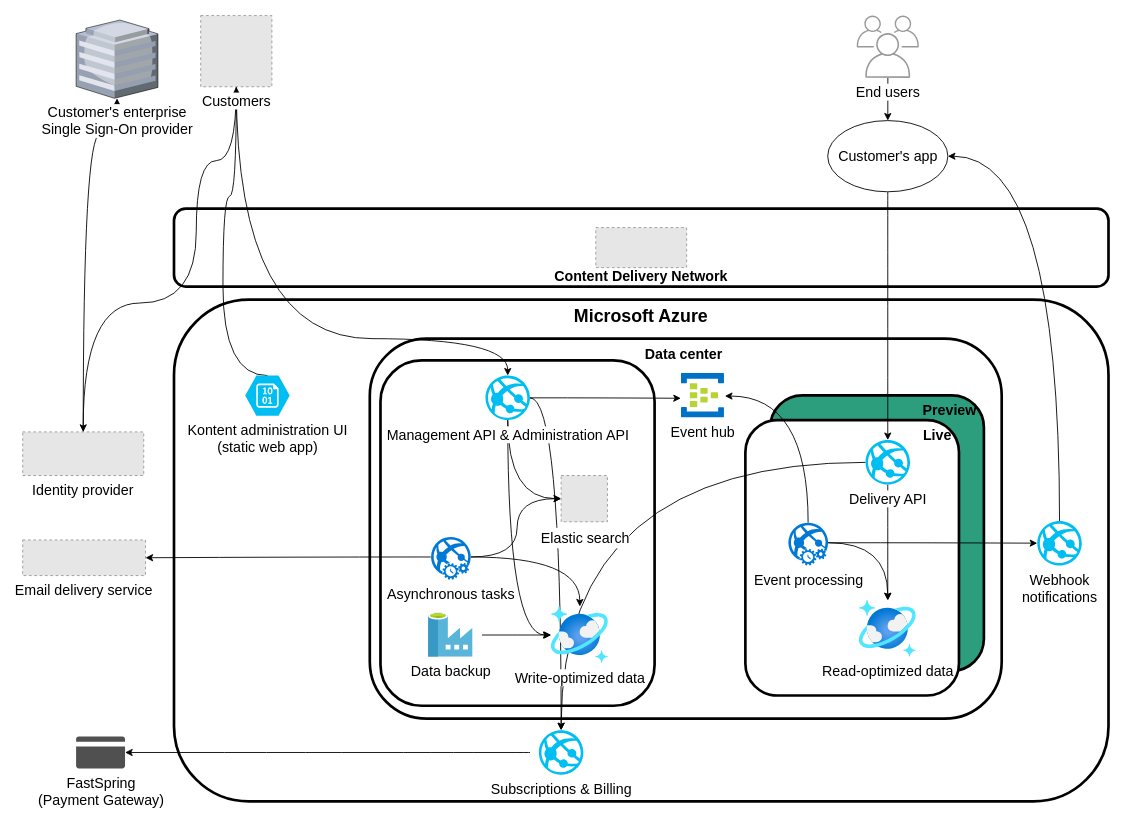
Earlier version of the draw.io diagram architecture/kontent architecture lite.drawio (Kontent-ai-Learn/kontent-ai-learn-diagrams). Source tidied: cells renumbered, new cells numbered last; positions are measured from the earlier drawing's top-left corner, leaving out a move shared by most shapes. Both pictures are drawn from the tidied source at 89%, with x=0, y=0 at pixel (22, 15). Pictures stored in the file or linked from it are replaced by grey dashed boxes.
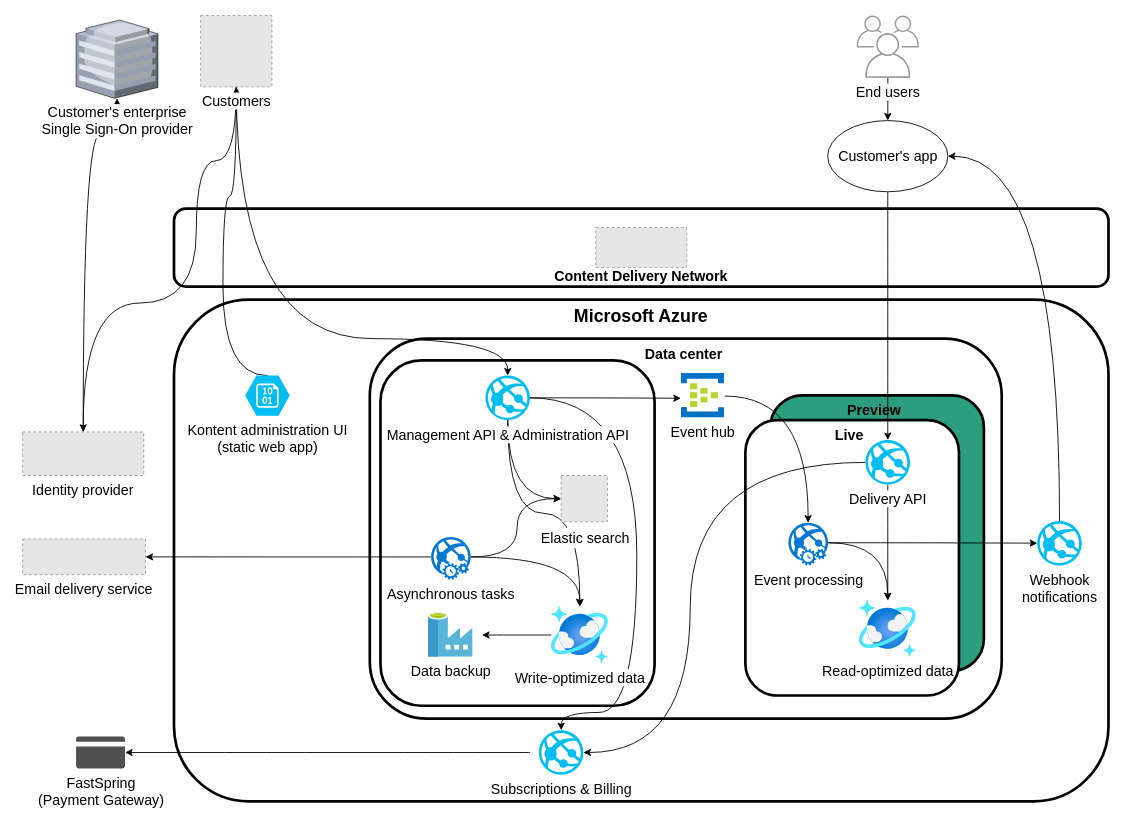
After the change.

Commit message (it also covers changes not shown here):
CTC-1491 Adjust architecture diagrams

The change refers to these unchanged cells:
```xml
<mxCell id="11" value="&lt;div&gt;Event hub&lt;/div&gt;" style="html=1;perimeter=none;align=center;shadow=0;dashed=0;image;fontSize=16;image=img/lib/mscae/Event_Hubs.svg;fontFamily=GT Walsheim;" parent="1" vertex="1">
  <mxGeometry x="740" y="402" width="48.5" height="50" as="geometry" />
</mxCell>
<mxCell id="18" value="&lt;font style=&quot;font-size: 16px&quot;&gt;Delivery API&lt;/font&gt;" style="verticalLabelPosition=bottom;html=1;verticalAlign=top;align=center;strokeColor=none;fillColor=#00BEF2;shape=mxgraph.azure.azure_website;fontFamily=GT Walsheim;labelBackgroundColor=default;" parent="1" vertex="1">
  <mxGeometry x="947" y="477" width="50" height="50" as="geometry" />
</mxCell>
<mxCell id="21" value="&lt;font style=&quot;font-size: 16px&quot;&gt;Event processing&lt;br&gt;&lt;/font&gt;" style="shadow=0;dashed=0;html=1;strokeColor=none;labelPosition=center;verticalLabelPosition=bottom;verticalAlign=top;align=center;shape=mxgraph.mscae.cloud.webjobs;fillColor=#0079D6;fontFamily=GT Walsheim;" parent="1" vertex="1">
  <mxGeometry x="857.5" y="568.8" width="50" height="49" as="geometry" />
</mxCell>
<mxCell id="29" value="&lt;font style=&quot;font-size: 16px&quot;&gt;Data backup&lt;/font&gt;" style="html=1;points=[];align=center;image;fontSize=12;image=img/lib/mscae/Data_Factory.svg;fontFamily=GT Walsheim;" parent="1" vertex="1">
  <mxGeometry x="456" y="671" width="50" height="50" as="geometry" />
</mxCell>
<mxCell id="33" value="&lt;font style=&quot;font-size: 16px&quot;&gt;Asynchronous tasks&lt;br&gt;&lt;/font&gt;" style="shadow=0;dashed=0;html=1;strokeColor=none;labelPosition=center;verticalLabelPosition=bottom;verticalAlign=top;align=center;shape=mxgraph.mscae.cloud.webjobs;fillColor=#0079D6;fontFamily=GT Walsheim;" parent="1" vertex="1">
  <mxGeometry x="456" y="584.8" width="50" height="49" as="geometry" />
</mxCell>
<mxCell id="41" value="Customer's app" style="ellipse;whiteSpace=wrap;html=1;fillColor=#ffffff;fontSize=16;fontFamily=GT Walsheim;" parent="1" vertex="1">
  <mxGeometry x="904.5" y="118" width="135" height="80" as="geometry" />
</mxCell>
<mxCell id="43" value="&lt;font style=&quot;font-size: 16px&quot;&gt;Write-optimized data&lt;br&gt;&lt;/font&gt;" style="html=1;points=[];align=center;image;fontSize=12;image=img/lib/azure2/databases/Azure_Cosmos_DB.svg;fillColor=#ffffff;fontFamily=GT Walsheim;labelBackgroundColor=default;" parent="1" vertex="1">
  <mxGeometry x="594" y="664" width="64" height="64" as="geometry" />
</mxCell>
<mxCell id="45" value="&lt;font style=&quot;font-size: 16px&quot;&gt;Subscriptions &amp;amp; Billing&lt;br&gt;&lt;/font&gt;" style="verticalLabelPosition=bottom;html=1;verticalAlign=top;align=center;strokeColor=none;fillColor=#00BEF2;shape=mxgraph.azure.azure_website;fontFamily=GT Walsheim;" parent="1" vertex="1">
  <mxGeometry x="580" y="803" width="50" height="50" as="geometry" />
</mxCell>
<mxCell id="46" value="&lt;div style=&quot;font-size: 16px&quot;&gt;&lt;font style=&quot;font-size: 16px&quot;&gt;FastSpring&lt;br&gt;&lt;/font&gt;&lt;/div&gt;&lt;div style=&quot;font-size: 16px&quot;&gt;&lt;font style=&quot;font-size: 16px&quot;&gt;(Payment Gateway)&lt;br&gt;&lt;/font&gt;&lt;/div&gt;&lt;div style=&quot;font-size: 16px&quot;&gt;&lt;/div&gt;" style="shadow=0;dashed=0;html=1;strokeColor=none;fillColor=#505050;labelPosition=center;verticalLabelPosition=bottom;verticalAlign=top;outlineConnect=0;align=center;shape=mxgraph.office.concepts.credit_card;fontFamily=GT Walsheim;" parent="1" vertex="1">
  <mxGeometry x="60" y="810" width="55" height="36" as="geometry" />
</mxCell>
<mxCell id="47" value="Management API &amp;amp; Administration API" style="verticalLabelPosition=bottom;html=1;verticalAlign=top;align=center;strokeColor=none;fillColor=#00BEF2;shape=mxgraph.azure.azure_website;fontSize=16;perimeterSpacing=0;fontFamily=GT Walsheim;labelBackgroundColor=default;" parent="1" vertex="1">
  <mxGeometry x="520" y="404.5" width="50" height="50" as="geometry" />
</mxCell>
```

Diff of the diagram source:
```diff
@@
-    <mxCell id="6" value="Preview" style="rounded=1;whiteSpace=wrap;html=1;fontSize=16;verticalAlign=top;align=right;spacingRight=6;fillColor=#2C9E7E;strokeWidth=3;fontFamily=GT Walsheim;fontColor=#000000;fontStyle=1;" parent="1" vertex="1">
+    <mxCell id="6" value="Preview" style="rounded=1;whiteSpace=wrap;html=1;fontSize=16;verticalAlign=top;align=center;spacingRight=6;fillColor=#2C9E7E;strokeWidth=3;fontFamily=GT Walsheim;fontColor=#000000;fontStyle=1;labelBackgroundColor=none;" parent="1" vertex="1">
       <mxGeometry x="840" y="426.8" width="240" height="309.5" as="geometry" />
     </mxCell>
-    <mxCell id="7" value="Live" style="rounded=1;whiteSpace=wrap;html=1;fillColor=#ffffff;fontSize=16;verticalAlign=top;align=right;spacingRight=6;strokeWidth=3;fontFamily=GT Walsheim;fontStyle=1;" parent="1" vertex="1">
+    <mxCell id="7" value="Live" style="rounded=1;whiteSpace=wrap;html=1;fillColor=#ffffff;fontSize=16;verticalAlign=top;align=center;spacingRight=6;strokeWidth=3;fontFamily=GT Walsheim;fontStyle=1;" parent="1" vertex="1">
       <mxGeometry x="812" y="454.5" width="240" height="309.5" as="geometry" />
     </mxCell>
@@
-    <mxCell id="10" style="edgeStyle=orthogonalEdgeStyle;curved=1;rounded=0;jettySize=auto;html=1;entryX=1.01;entryY=0.51;entryDx=0;entryDy=0;entryPerimeter=0;fontSize=16;exitX=0.5;exitY=0.02;exitDx=0;exitDy=0;exitPerimeter=0;fontFamily=GT Walsheim;" parent="1" edge="1" source="21" target="11">
+    <mxCell id="10" style="edgeStyle=orthogonalEdgeStyle;curved=1;rounded=0;jettySize=auto;html=1;entryX=1.01;entryY=0.51;entryDx=0;entryDy=0;entryPerimeter=0;fontSize=16;exitX=0.5;exitY=0.02;exitDx=0;exitDy=0;exitPerimeter=0;fontFamily=GT Walsheim;startArrow=classic;startFill=1;endArrow=none;endFill=0;" parent="1" edge="1" source="21" target="11">
       <mxGeometry relative="1" as="geometry" />
     </mxCell>
@@
-    <mxCell id="14" style="edgeStyle=orthogonalEdgeStyle;curved=1;rounded=0;jettySize=auto;html=1;exitX=0.5;exitY=1;exitDx=0;exitDy=0;exitPerimeter=0;entryX=-0.016;entryY=0.5;entryDx=0;entryDy=0;entryPerimeter=0;fontFamily=GT Walsheim;" parent="1" edge="1" source="47" target="43">
+    <mxCell id="14" style="edgeStyle=orthogonalEdgeStyle;curved=1;rounded=0;jettySize=auto;html=1;exitX=0.5;exitY=1;exitDx=0;exitDy=0;exitPerimeter=0;fontFamily=GT Walsheim;" parent="1" edge="1" source="47" target="43">
       <mxGeometry relative="1" as="geometry" />
     </mxCell>
     <mxCell id="15" style="edgeStyle=orthogonalEdgeStyle;curved=1;rounded=0;jettySize=auto;html=1;entryX=0.5;entryY=0;entryDx=0;entryDy=0;entryPerimeter=0;fontFamily=GT Walsheim;" parent="1" edge="1" source="47" target="45">
-      <mxGeometry relative="1" as="geometry" />
+      <mxGeometry relative="1" as="geometry">
+        <Array as="points">
+          <mxPoint x="690" y="430" />
+          <mxPoint x="690" y="783" />
+          <mxPoint x="605" y="783" />
+        </Array>
+      </mxGeometry>
     </mxCell>
@@
-    <mxCell id="17" style="edgeStyle=orthogonalEdgeStyle;curved=1;rounded=0;jettySize=auto;html=1;startSize=9;sourcePerimeterSpacing=10;exitX=0;exitY=0.5;exitDx=0;exitDy=0;exitPerimeter=0;entryX=0.5;entryY=0;entryDx=0;entryDy=0;entryPerimeter=0;fontFamily=GT Walsheim;" parent="1" edge="1" source="18" target="45">
-      <mxGeometry relative="1" as="geometry" />
+    <mxCell id="17" style="edgeStyle=orthogonalEdgeStyle;curved=1;rounded=0;jettySize=auto;html=1;startSize=9;sourcePerimeterSpacing=10;exitX=0;exitY=0.5;exitDx=0;exitDy=0;exitPerimeter=0;entryX=1;entryY=0.5;entryDx=0;entryDy=0;entryPerimeter=0;fontFamily=GT Walsheim;" parent="1" edge="1" source="18" target="45">
+      <mxGeometry relative="1" as="geometry">
+        <Array as="points">
+          <mxPoint x="750" y="502" />
+          <mxPoint x="750" y="828" />
+        </Array>
+      </mxGeometry>
     </mxCell>
@@
     <mxCell id="26" value="Email delivery service" style="fillColor=#E6E6E6;strokeColor=#999999;dashed=1;verticalLabelPosition=bottom;labelBackgroundColor=#ffffff;verticalAlign=top;fontSize=16;fontFamily=GT Walsheim;" parent="1" vertex="1">
-      <mxGeometry y="589.2" width="138" height="40" as="geometry" />
+      <mxGeometry y="588.2" width="138" height="40" as="geometry" />
     </mxCell>
@@
-    <mxCell id="28" style="edgeStyle=orthogonalEdgeStyle;curved=1;rounded=0;jettySize=auto;html=1;startSize=9;sourcePerimeterSpacing=10;fontFamily=GT Walsheim;" parent="1" edge="1" source="29" target="43">
+    <mxCell id="28" style="edgeStyle=orthogonalEdgeStyle;curved=1;rounded=0;jettySize=auto;html=1;startSize=6;sourcePerimeterSpacing=10;fontFamily=GT Walsheim;startArrow=classic;startFill=1;endArrow=none;endFill=0;" parent="1" edge="1" source="29" target="43">
       <mxGeometry relative="1" as="geometry" />
     </mxCell>
@@
-    <mxCell id="31" style="edgeStyle=orthogonalEdgeStyle;curved=1;rounded=0;jettySize=auto;html=1;entryX=1;entryY=0.5;entryDx=0;entryDy=0;startSize=9;sourcePerimeterSpacing=10;exitX=0.05;exitY=0.48;exitDx=0;exitDy=0;exitPerimeter=0;fontFamily=GT Walsheim;" parent="1" edge="1" source="33" target="26">
+    <mxCell id="31" style="edgeStyle=orthogonalEdgeStyle;curved=1;rounded=0;jettySize=auto;html=1;entryX=1;entryY=0.5;entryDx=0;entryDy=0;startSize=6;sourcePerimeterSpacing=10;exitX=0.05;exitY=0.48;exitDx=0;exitDy=0;exitPerimeter=0;fontFamily=GT Walsheim;" parent="1" edge="1" source="33" target="26">
       <mxGeometry relative="1" as="geometry" />
     </mxCell>
@@
-    <mxCell id="40" style="edgeStyle=orthogonalEdgeStyle;curved=1;rounded=0;jettySize=auto;html=1;exitX=0.5;exitY=1;exitDx=0;exitDy=0;entryX=0.5;entryY=0;entryDx=0;entryDy=0;entryPerimeter=0;sourcePerimeterSpacing=0;endSize=6;targetPerimeterSpacing=0;fontSize=16;fontFamily=GT Walsheim;" parent="1" edge="1" source="41" target="18">
+    <mxCell id="40" style="edgeStyle=orthogonalEdgeStyle;curved=1;rounded=0;jettySize=auto;html=1;exitX=0.5;exitY=1;exitDx=0;exitDy=0;entryX=0.5;entryY=0;entryDx=0;entryDy=0;entryPerimeter=0;sourcePerimeterSpacing=0;endSize=6;targetPerimeterSpacing=0;fontSize=16;fontFamily=GT Walsheim;labelBorderColor=none;" parent="1" edge="1" source="41" target="18">
       <mxGeometry relative="1" as="geometry" />
     </mxCell>
@@
-    <mxCell id="44" style="edgeStyle=orthogonalEdgeStyle;curved=1;rounded=0;jettySize=auto;html=1;startSize=9;sourcePerimeterSpacing=10;fontFamily=GT Walsheim;" parent="1" edge="1" source="45" target="46">
+    <mxCell id="44" style="edgeStyle=orthogonalEdgeStyle;curved=1;rounded=0;jettySize=auto;html=1;startSize=6;sourcePerimeterSpacing=10;fontFamily=GT Walsheim;" parent="1" edge="1" source="45" target="46">
       <mxGeometry relative="1" as="geometry" />
     </mxCell>
```
